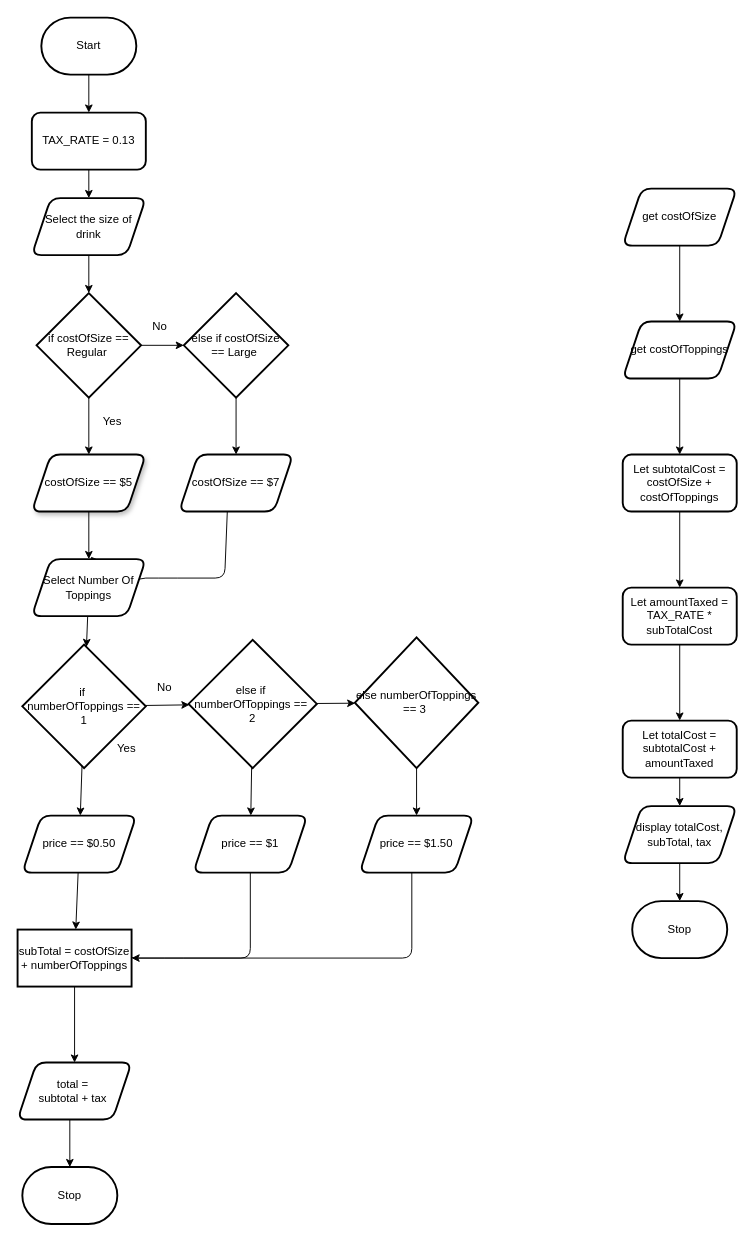
Earlier version of the draw.io diagram design/flowchart.drawio (MTHS-ICD2O-1-2024/ICD2O-Assignment-04-catherine-vu-09). Source tidied: cells renumbered, new cells numbered last; positions are measured from the earlier drawing's top-left corner, leaving out a move shared by most shapes. Both pictures are drawn from the tidied source at 95%, with x=0, y=0 at pixel (17, 17).
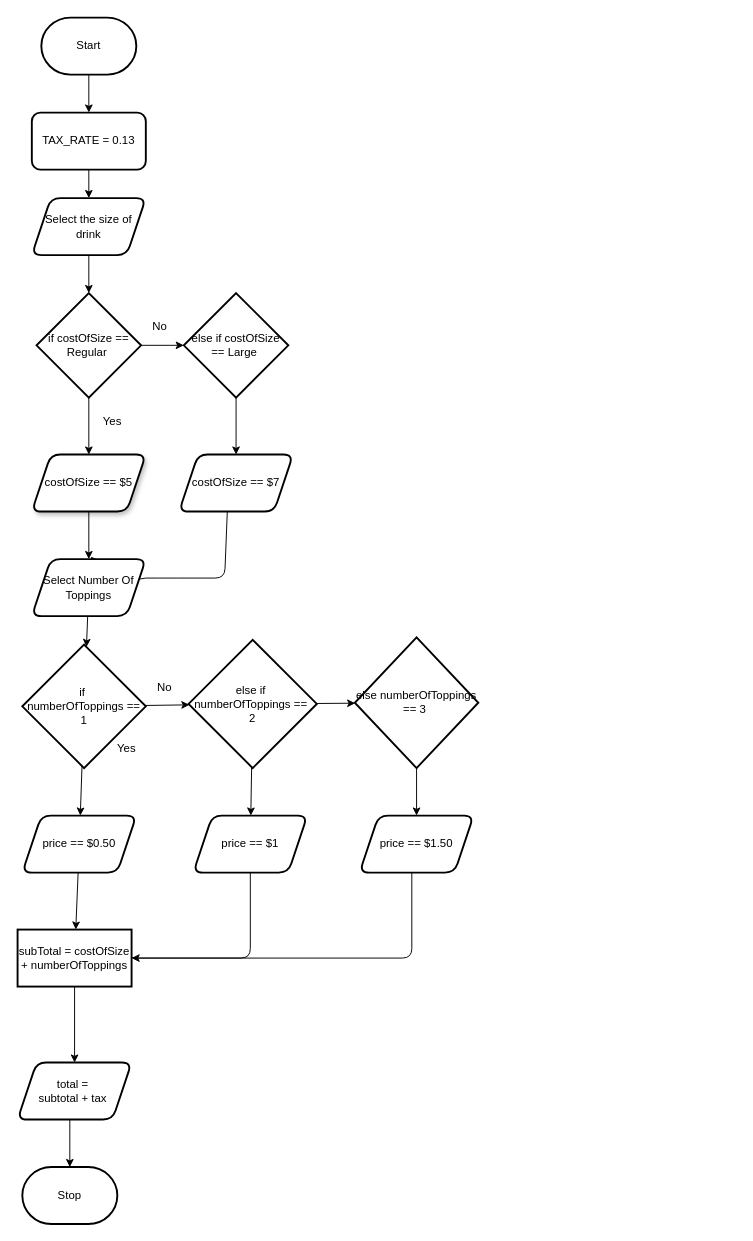
Above is the later version.

Diff of the diagram source:
```diff
@@
-    <mxCell id="16" style="edgeStyle=none;html=1;" parent="1" edge="1" source="17" target="19">
-      <mxGeometry relative="1" as="geometry" />
-    </mxCell>
-    <mxCell id="17" value="get costOfSize" style="shape=parallelogram;perimeter=parallelogramPerimeter;whiteSpace=wrap;html=1;fixedSize=1;rounded=1;strokeWidth=2;" parent="1" vertex="1">
-      <mxGeometry x="637" y="180" width="120" height="60" as="geometry" />
-    </mxCell>
-    <mxCell id="18" style="edgeStyle=none;html=1;" parent="1" edge="1" source="19" target="21">
-      <mxGeometry relative="1" as="geometry" />
-    </mxCell>
-    <mxCell id="19" value="get costOfToppings" style="shape=parallelogram;perimeter=parallelogramPerimeter;whiteSpace=wrap;html=1;fixedSize=1;rounded=1;strokeWidth=2;" parent="1" vertex="1">
-      <mxGeometry x="637" y="320" width="120" height="60" as="geometry" />
-    </mxCell>
-    <mxCell id="20" style="edgeStyle=none;html=1;" parent="1" edge="1" source="21" target="23">
-      <mxGeometry relative="1" as="geometry" />
-    </mxCell>
-    <mxCell id="21" value="Let subtotalCost =&lt;div&gt;costOfSize + costOfToppings&lt;/div&gt;" style="whiteSpace=wrap;html=1;rounded=1;strokeWidth=2;" parent="1" vertex="1">
-      <mxGeometry x="637" y="460" width="120" height="60" as="geometry" />
-    </mxCell>
-    <mxCell id="22" style="edgeStyle=none;html=1;" parent="1" edge="1" source="23" target="25">
-      <mxGeometry relative="1" as="geometry" />
-    </mxCell>
-    <mxCell id="23" value="Let amountTaxed =&lt;div&gt;TAX_RATE * subTotalCost&lt;/div&gt;" style="whiteSpace=wrap;html=1;rounded=1;strokeWidth=2;" parent="1" vertex="1">
-      <mxGeometry x="637" y="600" width="120" height="60" as="geometry" />
-    </mxCell>
-    <mxCell id="24" style="edgeStyle=none;html=1;" parent="1" edge="1" source="25" target="27">
-      <mxGeometry relative="1" as="geometry" />
-    </mxCell>
-    <mxCell id="25" value="Let totalCost = subtotalCost + amountTaxed" style="whiteSpace=wrap;html=1;rounded=1;strokeWidth=2;" parent="1" vertex="1">
-      <mxGeometry x="637" y="740" width="120" height="60" as="geometry" />
-    </mxCell>
-    <mxCell id="26" style="edgeStyle=none;html=1;" parent="1" edge="1" source="27" target="28">
-      <mxGeometry relative="1" as="geometry" />
-    </mxCell>
-    <mxCell id="27" value="display totalCost, subTotal, tax" style="shape=parallelogram;perimeter=parallelogramPerimeter;whiteSpace=wrap;html=1;fixedSize=1;rounded=1;strokeWidth=2;" parent="1" vertex="1">
-      <mxGeometry x="637" y="830" width="120" height="60" as="geometry" />
-    </mxCell>
-    <mxCell id="28" value="Stop" style="strokeWidth=2;html=1;shape=mxgraph.flowchart.terminator;whiteSpace=wrap;" parent="1" vertex="1">
-      <mxGeometry x="647" y="930" width="100" height="60" as="geometry" />
-    </mxCell>
```
